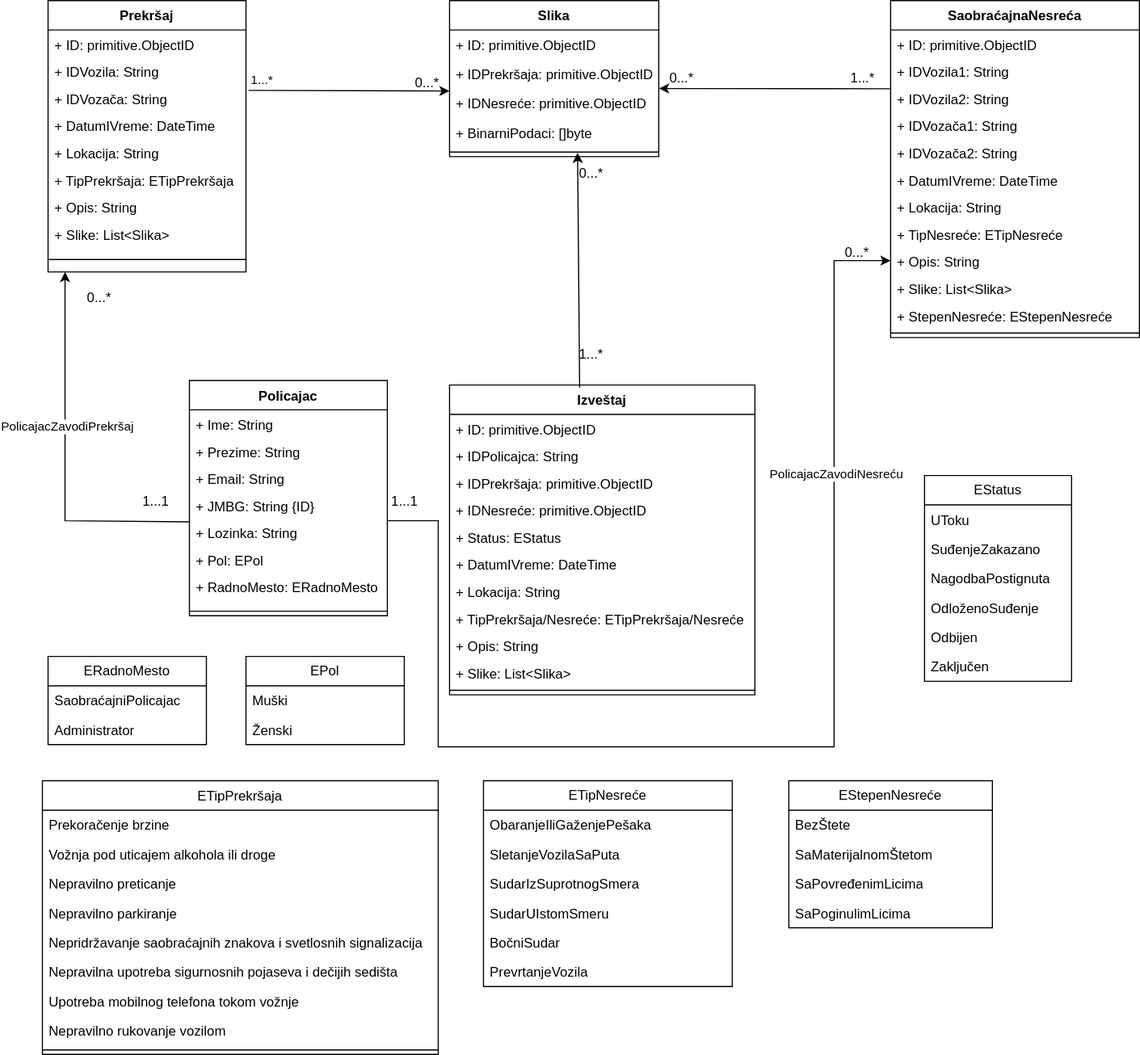
Before: Diagrams/SaobracajnaPolicija_ClassDiagram.svg, a diagram exported from draw.io (anna02272/EGovernment). Source tidied: cells renumbered, new cells last; positions are measured from the earlier drawing's top-left corner, leaving out a move shared by most shapes.
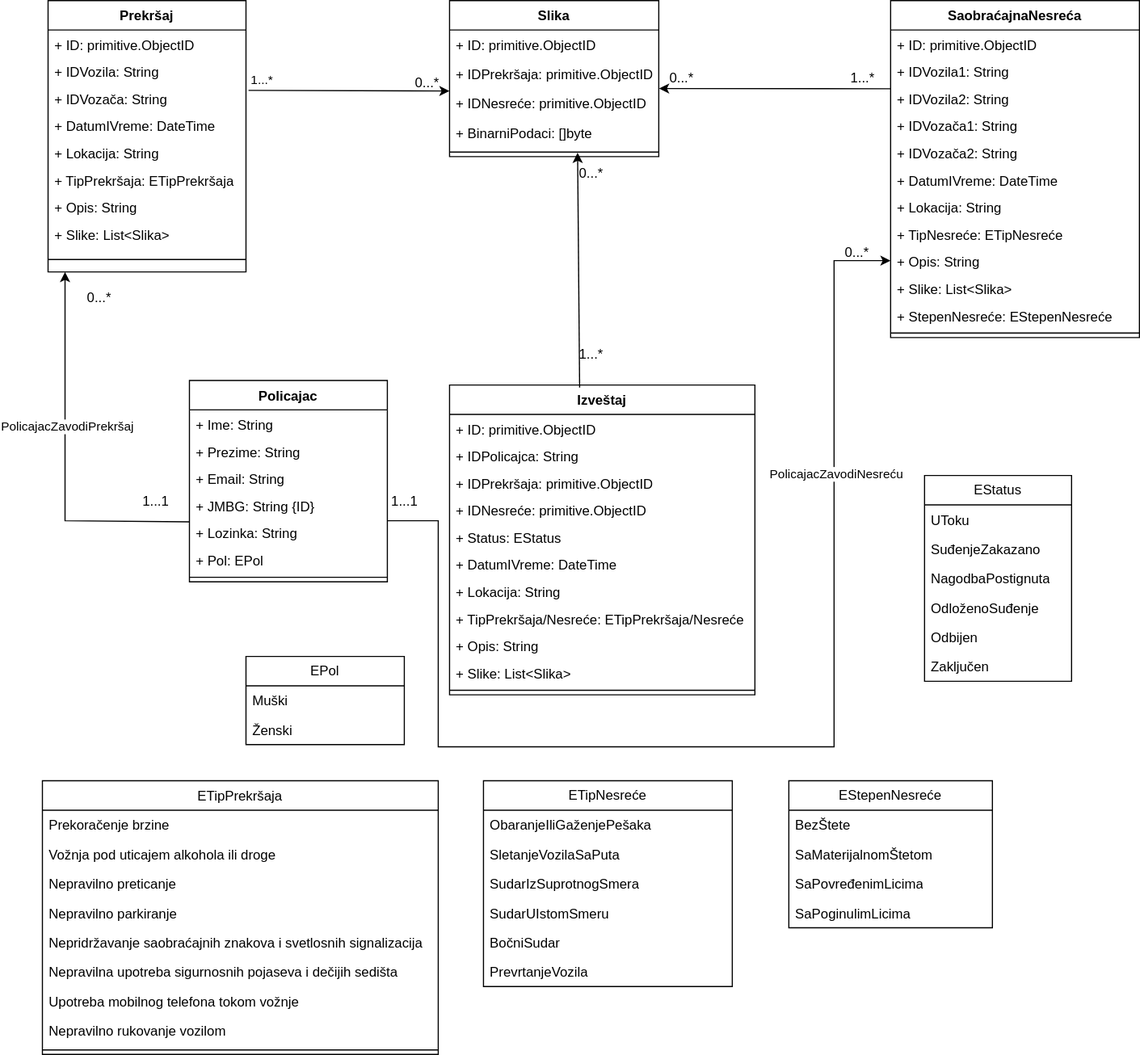
After the commit.

Commit message:
SaobracajnaPolicija diagrams update

Diff of the diagram source:
```diff
@@ -3,7 +3,7 @@
     <mxCell id="0" />
     <mxCell id="1" parent="0" />
     <mxCell id="2" value="Policajac" style="swimlane;fontStyle=1;align=center;verticalAlign=top;horizontal=1;startSize=26;whiteSpace=wrap;html=1;" parent="1" vertex="1">
-      <mxGeometry x="130" y="336" width="175" height="208" as="geometry" />
+      <mxGeometry x="130" y="336" width="175" height="178" as="geometry" />
     </mxCell>
     <mxCell id="3" value="+ Ime: String" style="text;strokeColor=none;fillColor=none;align=left;verticalAlign=top;spacingLeft=4;spacingRight=4;overflow=hidden;whiteSpace=wrap;html=1;" parent="2" vertex="1">
       <mxGeometry y="26" width="175" height="24" as="geometry" />
@@ -23,21 +23,9 @@
     <mxCell id="8" value="+ Pol: EPol" style="text;strokeColor=none;fillColor=none;align=left;verticalAlign=top;spacingLeft=4;spacingRight=4;overflow=hidden;whiteSpace=wrap;html=1;" parent="2" vertex="1">
       <mxGeometry y="146" width="175" height="24" as="geometry" />
     </mxCell>
-    <mxCell id="9" value="+ RadnoMesto: ERadnoMesto" style="text;strokeColor=none;fillColor=none;align=left;verticalAlign=top;spacingLeft=4;spacingRight=4;overflow=hidden;whiteSpace=wrap;html=1;" parent="2" vertex="1">
-      <mxGeometry y="170" width="175" height="30" as="geometry" />
-    </mxCell>
     <mxCell id="10" style="line;strokeWidth=1;fillColor=none;align=left;verticalAlign=middle;spacingTop=-1;spacingLeft=3;spacingRight=3;labelPosition=right;strokeColor=inherit;" parent="2" vertex="1">
-      <mxGeometry y="200" width="175" height="8" as="geometry" />
+      <mxGeometry y="170" width="175" height="8" as="geometry" />
     </mxCell>
-    <mxCell id="11" value="ERadnoMesto" style="swimlane;fontStyle=0;horizontal=1;startSize=26;fillColor=none;whiteSpace=wrap;html=1;" parent="1" vertex="1">
-      <mxGeometry x="5" y="580" width="140" height="78" as="geometry" />
-    </mxCell>
-    <mxCell id="12" value="SaobraćajniPolicajac" style="text;strokeColor=none;fillColor=none;align=left;verticalAlign=top;spacingLeft=4;spacingRight=4;overflow=hidden;whiteSpace=wrap;html=1;" parent="11" vertex="1">
-      <mxGeometry y="26" width="140" height="26" as="geometry" />
-    </mxCell>
-    <mxCell id="13" value="Administrator" style="text;strokeColor=none;fillColor=none;align=left;verticalAlign=top;spacingLeft=4;spacingRight=4;overflow=hidden;whiteSpace=wrap;html=1;" parent="11" vertex="1">
-      <mxGeometry y="52" width="140" height="26" as="geometry" />
-    </mxCell>
     <mxCell id="14" value="EPol" style="swimlane;fontStyle=0;horizontal=1;startSize=26;fillColor=none;whiteSpace=wrap;html=1;" parent="1" vertex="1">
       <mxGeometry x="180" y="580" width="140" height="78" as="geometry" />
     </mxCell>
```
